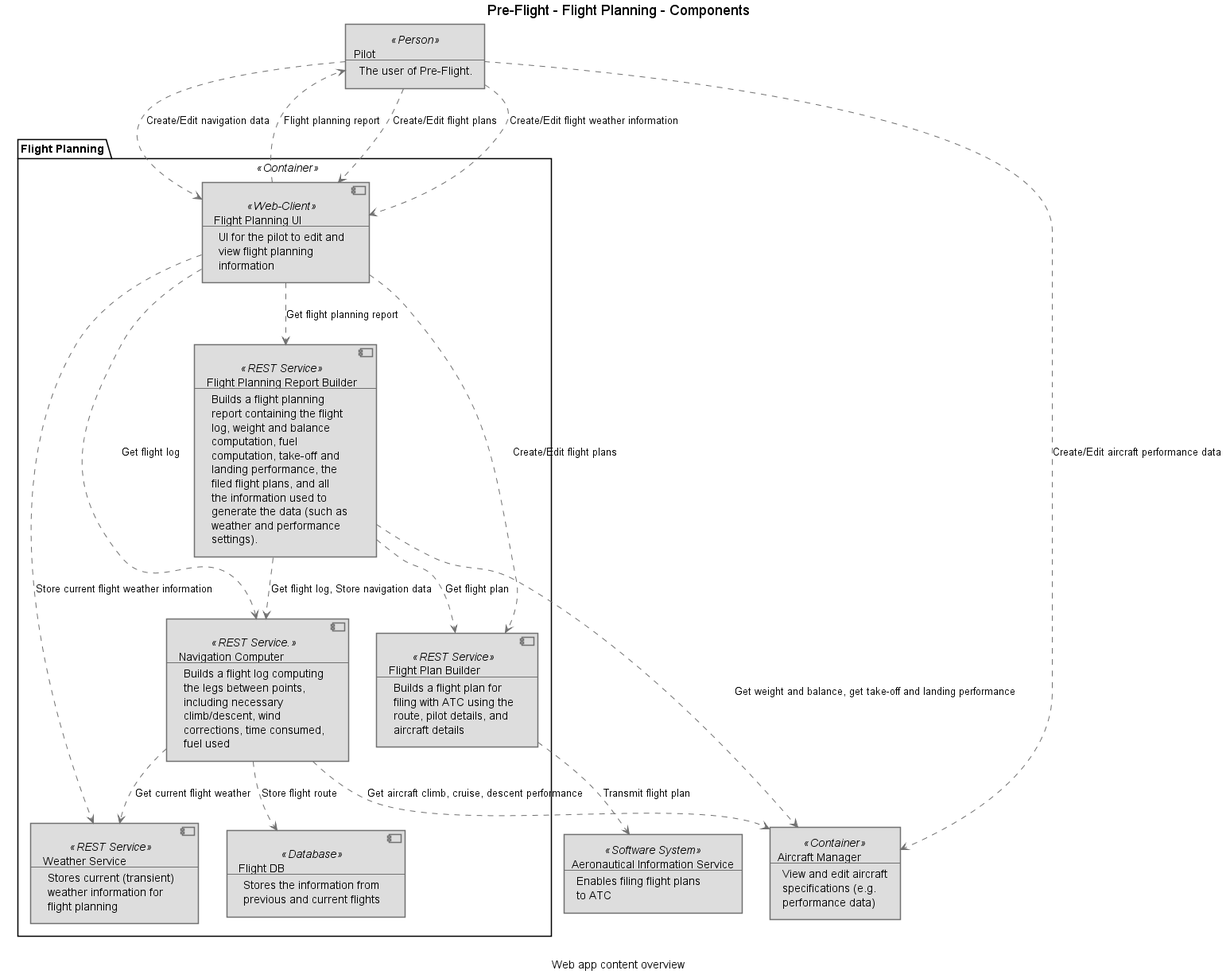
Before: de.rdnp.preflight.architecture/doc/Pre-Flight - Flight Planning - Components.png, a diagram exported from PlantUML (rdnp/pre-flight). Its diagram source:
```plantuml
@startuml(id=Flight_Planning_Web_App)
scale max 2000x2000
title Pre-Flight - Flight Planning - Components
caption Web app content overview

skinparam {
  shadowing false
  arrowColor #707070
  actorBorderColor #707070
  componentBorderColor #707070
  rectangleBorderColor #707070
  noteBackgroundColor #ffffff
  noteBorderColor #707070
}
rectangle 3 <<Software System>> #dddddd [
  Aeronautical Information Service
  --
  Enables filing flight plans
  to ATC
]
rectangle 10 <<Container>> #dddddd [
  Aircraft Manager
  --
  View and edit aircraft
  specifications (e.g.
  performance data)
]
rectangle 1 <<Person>> #dddddd [
  Pilot
  --
  The user of Pre-Flight.
]
package "Flight Planning" <<Container>> {
  component 30 <<Database>> #dddddd [
    Flight DB
    --
    Stores the information from
    previous and current flights
  ]
  component 31 <<REST Service>> #dddddd [
    Flight Plan Builder
    --
    Builds a flight plan for
    filing with ATC using the
    route, pilot details, and
    aircraft details
  ]
  component 36 <<REST Service>> #dddddd [
    Flight Planning Report Builder
    --
    Builds a flight planning
    report containing the flight
    log, weight and balance
    computation, fuel
    computation, take-off and
    landing performance, the
    filed flight plans, and all
    the information used to
    generate the data (such as
    weather and performance
    settings).
  ]
  component 41 <<Web-Client>> #dddddd [
    Flight Planning UI
    --
    UI for the pilot to edit and
    view flight planning
    information
  ]
  component 32 <<REST Service.>> #dddddd [
    Navigation Computer
    --
    Builds a flight log computing
    the legs between points,
    including necessary
    climb/descent, wind
    corrections, time consumed,
    fuel used
  ]
  component 29 <<REST Service>> #dddddd [
    Weather Service
    --
    Stores current (transient)
    weather information for
    flight planning
  ]
}
31 .[#707070].> 3 : Transmit flight plan
36 .[#707070].> 10 : Get weight and balance, get take-off and landing performance
36 .[#707070].> 31 : Get flight plan
36 .[#707070].> 32 : Get flight log, Store navigation data
41 .[#707070].> 31 : Create/Edit flight plans
41 .[#707070].> 36 : Get flight planning report
41 .[#707070].> 32 : Get flight log
41 .[#707070].> 1 : Flight planning report
41 .[#707070].> 29 : Store current flight weather information
32 .[#707070].> 10 : Get aircraft climb, cruise, descent performance
32 .[#707070].> 30 : Store flight route
32 .[#707070].> 29 : Get current flight weather
1 .[#707070].> 10 : Create/Edit aircraft performance data
1 .[#707070].> 41 : Create/Edit flight plans
1 .[#707070].> 41 : Create/Edit flight weather information
1 .[#707070].> 41 : Create/Edit navigation data
@enduml
```
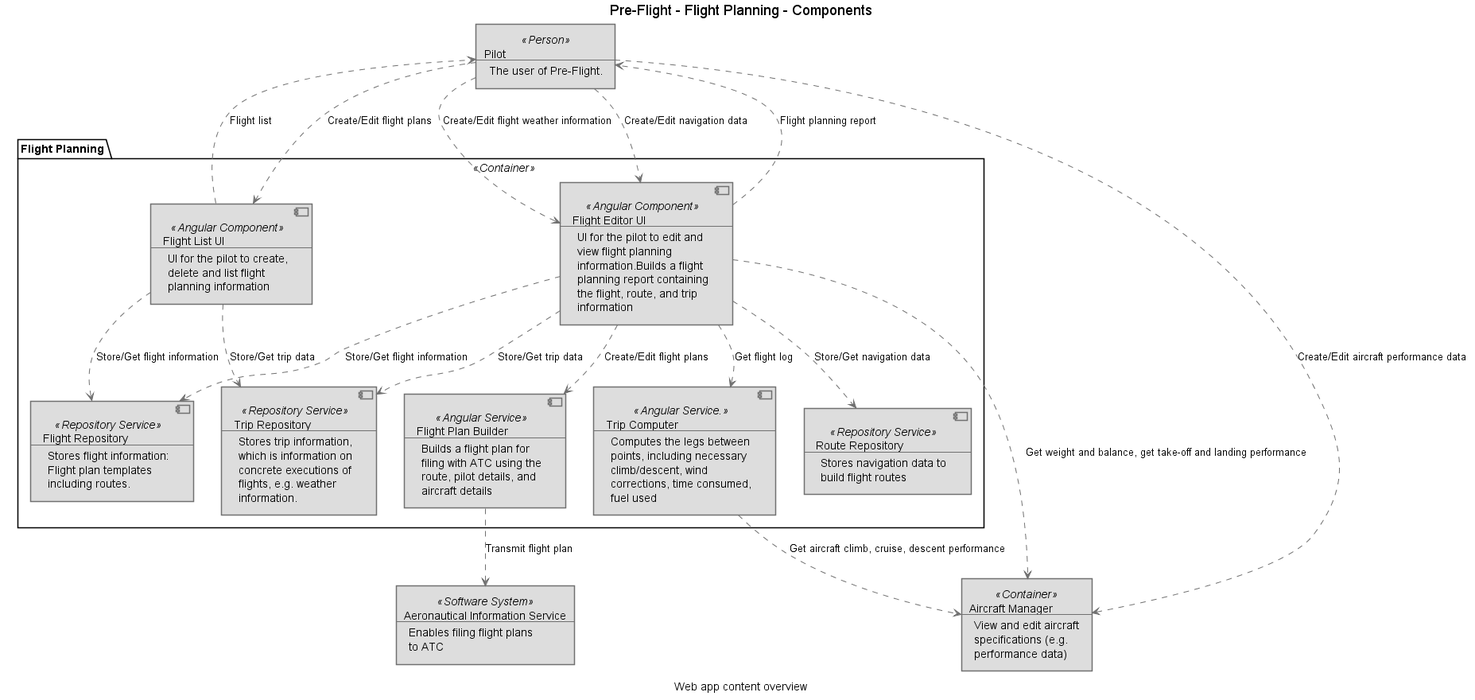
Later version of the same file.

Diff of the diagram source:
```diff
@@ -1,4 +1,4 @@
-@startuml(id=Flight_Planning_Web_App)
+@startuml(id=Pre-Flight_-_Flight_Planning_-_Components)
 scale max 2000x2000
 title Pre-Flight - Flight Planning - Components
 caption Web app content overview
@@ -31,13 +31,24 @@
   The user of Pre-Flight.
 ]
 package "Flight Planning" <<Container>> {
-  component 30 <<Database>> #dddddd [
-    Flight DB
+  component 35 <<Angular Component>> #dddddd [
+    Flight Editor UI
     --
-    Stores the information from
-    previous and current flights
+    UI for the pilot to edit and
+    view flight planning
+    information.Builds a flight
+    planning report containing
+    the flight, route, and trip
+    information
   ]
-  component 31 <<REST Service>> #dddddd [
+  component 43 <<Angular Component>> #dddddd [
+    Flight List UI
+    --
+    UI for the pilot to create,
+    delete and list flight
+    planning information
+  ]
+  component 31 <<Angular Service>> #dddddd [
     Flight Plan Builder
     --
     Builds a flight plan for
@@ -45,60 +56,52 @@
     route, pilot details, and
     aircraft details
   ]
-  component 36 <<REST Service>> #dddddd [
-    Flight Planning Report Builder
+  component 28 <<Repository Service>> #dddddd [
+    Flight Repository
     --
-    Builds a flight planning
-    report containing the flight
-    log, weight and balance
-    computation, fuel
-    computation, take-off and
-    landing performance, the
-    filed flight plans, and all
-    the information used to
-    generate the data (such as
-    weather and performance
-    settings).
+    Stores flight information:
+    Flight plan templates
+    including routes.
   ]
-  component 41 <<Web-Client>> #dddddd [
-    Flight Planning UI
+  component 29 <<Repository Service>> #dddddd [
+    Route Repository
     --
-    UI for the pilot to edit and
-    view flight planning
-    information
+    Stores navigation data to
+    build flight routes
   ]
-  component 32 <<REST Service.>> #dddddd [
-    Navigation Computer
+  component 32 <<Angular Service.>> #dddddd [
+    Trip Computer
     --
-    Builds a flight log computing
-    the legs between points,
-    including necessary
+    Computes the legs between
+    points, including necessary
     climb/descent, wind
     corrections, time consumed,
     fuel used
   ]
-  component 29 <<REST Service>> #dddddd [
-    Weather Service
+  component 30 <<Repository Service>> #dddddd [
+    Trip Repository
     --
-    Stores current (transient)
-    weather information for
-    flight planning
+    Stores trip information,
+    which is information on
+    concrete executions of
+    flights, e.g. weather
+    information.
   ]
 }
+35 .[#707070].> 10 : Get weight and balance, get take-off and landing performance
+35 .[#707070].> 31 : Create/Edit flight plans
+35 .[#707070].> 28 : Store/Get flight information
+35 .[#707070].> 1 : Flight planning report
+35 .[#707070].> 29 : Store/Get navigation data
+35 .[#707070].> 32 : Get flight log
+35 .[#707070].> 30 : Store/Get trip data
+43 .[#707070].> 28 : Store/Get flight information
+43 .[#707070].> 1 : Flight list
+43 .[#707070].> 30 : Store/Get trip data
 31 .[#707070].> 3 : Transmit flight plan
-36 .[#707070].> 10 : Get weight and balance, get take-off and landing performance
-36 .[#707070].> 31 : Get flight plan
-36 .[#707070].> 32 : Get flight log, Store navigation data
-41 .[#707070].> 31 : Create/Edit flight plans
-41 .[#707070].> 36 : Get flight planning report
-41 .[#707070].> 32 : Get flight log
-41 .[#707070].> 1 : Flight planning report
-41 .[#707070].> 29 : Store current flight weather information
+1 .[#707070].> 10 : Create/Edit aircraft performance data
+1 .[#707070].> 35 : Create/Edit flight weather information
+1 .[#707070].> 35 : Create/Edit navigation data
+1 .[#707070].> 43 : Create/Edit flight plans
 32 .[#707070].> 10 : Get aircraft climb, cruise, descent performance
-32 .[#707070].> 30 : Store flight route
-32 .[#707070].> 29 : Get current flight weather
-1 .[#707070].> 10 : Create/Edit aircraft performance data
-1 .[#707070].> 41 : Create/Edit flight plans
-1 .[#707070].> 41 : Create/Edit flight weather information
-1 .[#707070].> 41 : Create/Edit navigation data
 @enduml
```
